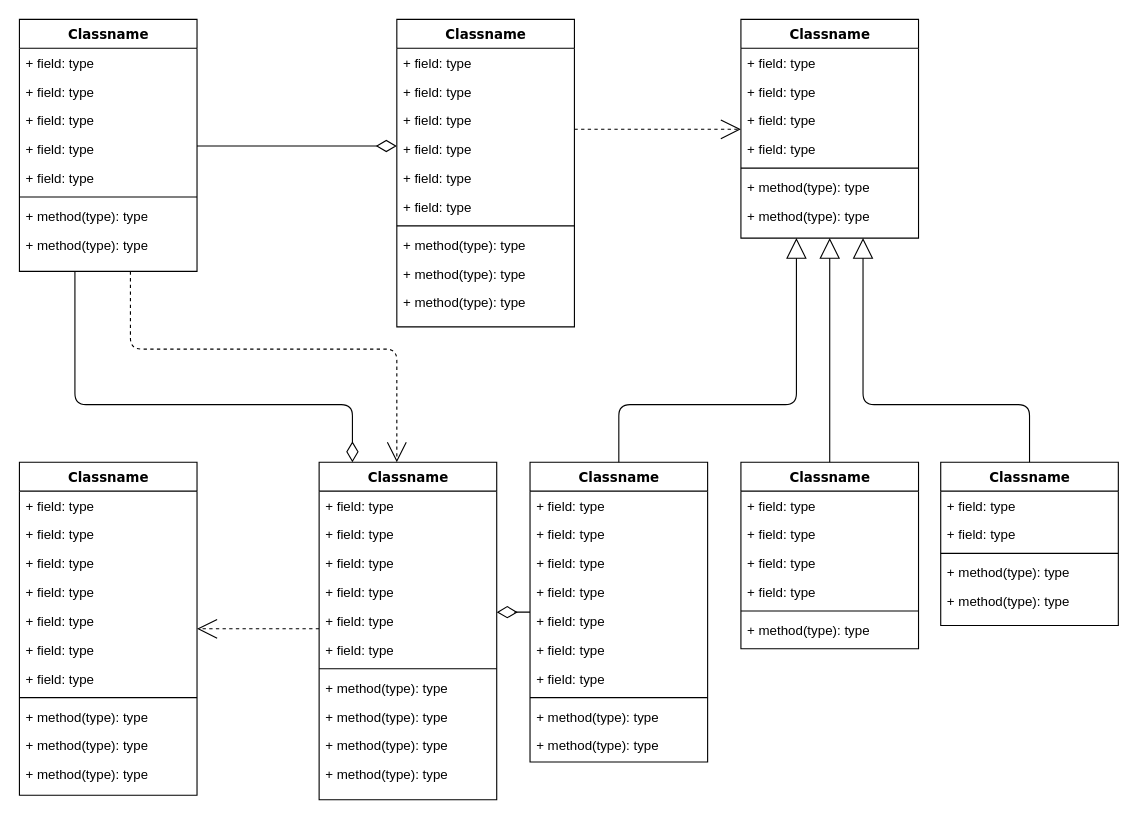
The draw.io diagram Diagram MRP-DB.drawio in KatarzynaKorbut1/ERP_Production_MRP, before the edit. Source tidied: cells renumbered, new cells numbered last; positions are measured from the earlier drawing's top-left corner, leaving out a move shared by most shapes. Both pictures are drawn from the tidied source at 111%, with x=0, y=0 at pixel (19, 19).
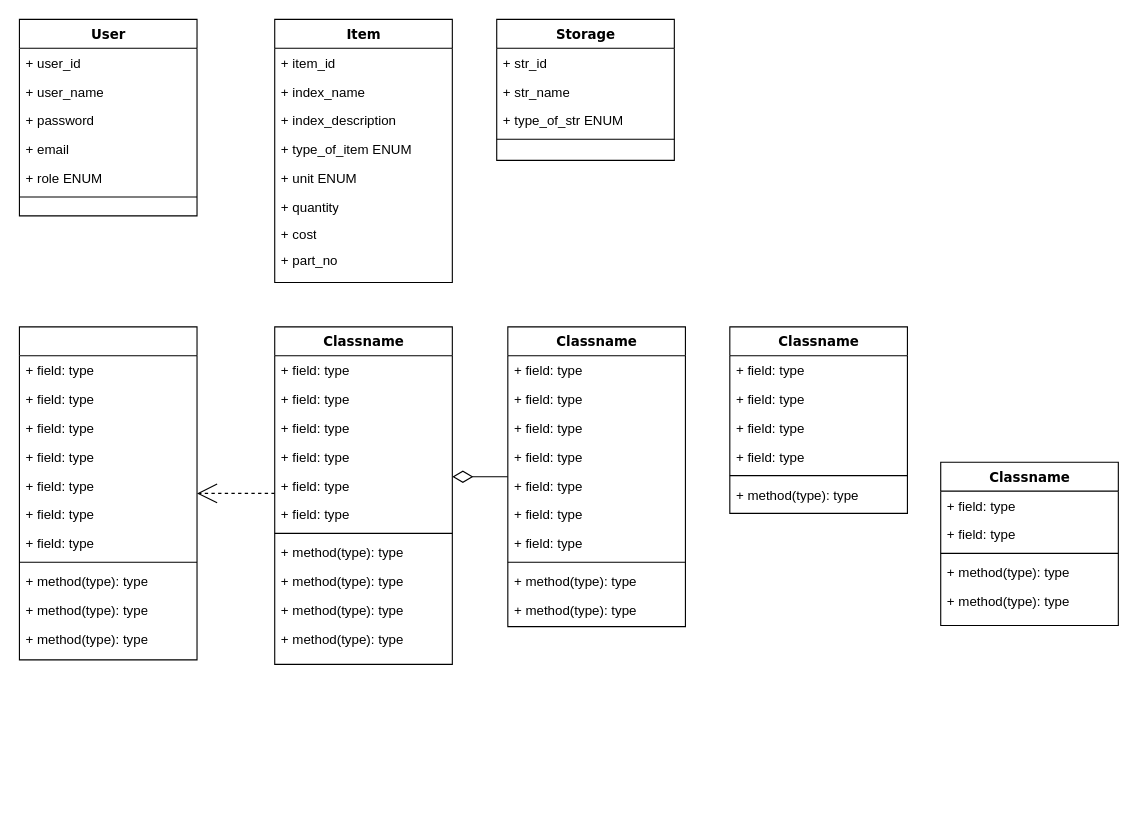
The same diagram, later.

Unchanged cells that the change refers to:
```xml
<mxCell id="80" value="Classname" style="swimlane;html=1;fontStyle=1;align=center;verticalAlign=top;horizontal=1;startSize=26;swimlaneFillColor=#ffffff;rounded=0;shadow=0;comic=0;labelBackgroundColor=none;strokeWidth=1;fillColor=none;fontFamily=Verdana;fontSize=12;" parent="1" vertex="1">
  <mxGeometry x="830" y="399" width="160" height="147" as="geometry" />
</mxCell>
```

The edit, as a diff of the source:
```diff
@@
-    <mxCell id="2" style="edgeStyle=orthogonalEdgeStyle;html=1;labelBackgroundColor=none;startFill=0;startSize=8;endArrow=open;endFill=0;endSize=16;fontFamily=Verdana;fontSize=12;dashed=1;" parent="1" edge="1" source="4" target="47">
-      <mxGeometry relative="1" as="geometry">
-        <Array as="points">
-          <mxPoint x="100" y="297" />
-          <mxPoint x="340" y="297" />
-        </Array>
-      </mxGeometry>
-    </mxCell>
-    <mxCell id="3" style="edgeStyle=orthogonalEdgeStyle;html=1;labelBackgroundColor=none;startFill=0;startSize=8;endArrow=diamondThin;endFill=0;endSize=16;fontFamily=Verdana;fontSize=12;" parent="1" edge="1" source="4" target="47">
-      <mxGeometry relative="1" as="geometry">
-        <Array as="points">
-          <mxPoint x="50" y="347" />
-          <mxPoint x="300" y="347" />
-        </Array>
-      </mxGeometry>
-    </mxCell>
-    <mxCell id="4" value="Classname" style="swimlane;html=1;fontStyle=1;align=center;verticalAlign=top;horizontal=1;startSize=26;swimlaneFillColor=#ffffff;rounded=0;shadow=0;comic=0;labelBackgroundColor=none;strokeWidth=1;fillColor=none;fontFamily=Verdana;fontSize=12;" parent="1" vertex="1">
-      <mxGeometry width="160" height="227" as="geometry" />
+    <mxCell id="4" value="User" style="swimlane;html=1;fontStyle=1;align=center;verticalAlign=top;horizontal=1;startSize=26;swimlaneFillColor=#ffffff;rounded=0;shadow=0;comic=0;labelBackgroundColor=none;strokeWidth=1;fillColor=none;fontFamily=Verdana;fontSize=12;" parent="1" vertex="1">
+      <mxGeometry width="160" height="177" as="geometry" />
     </mxCell>
-    <mxCell id="5" value="+ field: type" style="text;html=1;strokeColor=none;fillColor=none;align=left;verticalAlign=top;spacingLeft=4;spacingRight=4;whiteSpace=wrap;overflow=hidden;" parent="4" vertex="1">
+    <mxCell id="5" value="+ user_id" style="text;html=1;strokeColor=none;fillColor=none;align=left;verticalAlign=top;spacingLeft=4;spacingRight=4;whiteSpace=wrap;overflow=hidden;" parent="4" vertex="1">
       <mxGeometry y="26" width="160" height="26" as="geometry" />
     </mxCell>
-    <mxCell id="6" value="+ field: type" style="text;html=1;strokeColor=none;fillColor=none;align=left;verticalAlign=top;spacingLeft=4;spacingRight=4;whiteSpace=wrap;overflow=hidden;" parent="4" vertex="1">
+    <mxCell id="6" value="+ user_name" style="text;html=1;strokeColor=none;fillColor=none;align=left;verticalAlign=top;spacingLeft=4;spacingRight=4;whiteSpace=wrap;overflow=hidden;" parent="4" vertex="1">
       <mxGeometry y="52" width="160" height="26" as="geometry" />
     </mxCell>
-    <mxCell id="7" value="+ field: type" style="text;html=1;strokeColor=none;fillColor=none;align=left;verticalAlign=top;spacingLeft=4;spacingRight=4;whiteSpace=wrap;overflow=hidden;" parent="4" vertex="1">
+    <mxCell id="7" value="+ password" style="text;html=1;strokeColor=none;fillColor=none;align=left;verticalAlign=top;spacingLeft=4;spacingRight=4;whiteSpace=wrap;overflow=hidden;" parent="4" vertex="1">
       <mxGeometry y="78" width="160" height="26" as="geometry" />
     </mxCell>
-    <mxCell id="8" value="+ field: type" style="text;html=1;strokeColor=none;fillColor=none;align=left;verticalAlign=top;spacingLeft=4;spacingRight=4;whiteSpace=wrap;overflow=hidden;" parent="4" vertex="1">
-      <mxGeometry y="104" width="160" height="26" as="geometry" />
-    </mxCell>
-    <mxCell id="9" value="+ field: type" style="text;html=1;strokeColor=none;fillColor=none;align=left;verticalAlign=top;spacingLeft=4;spacingRight=4;whiteSpace=wrap;overflow=hidden;" parent="4" vertex="1">
-      <mxGeometry y="130" width="160" height="26" as="geometry" />
-    </mxCell>
+    <mxCell id="87" value="+ email" style="text;html=1;strokeColor=none;fillColor=none;align=left;verticalAlign=top;spacingLeft=4;spacingRight=4;whiteSpace=wrap;overflow=hidden;" parent="4" vertex="1">
+      <mxGeometry y="104" width="160" height="26" as="geometry" />
+    </mxCell>
+    <mxCell id="88" value="+ role ENUM" style="text;html=1;strokeColor=none;fillColor=none;align=left;verticalAlign=top;spacingLeft=4;spacingRight=4;whiteSpace=wrap;overflow=hidden;" parent="4" vertex="1">
+      <mxGeometry y="130" width="160" height="26" as="geometry" />
+    </mxCell>
@@
-    <mxCell id="11" value="+ method(type): type" style="text;html=1;strokeColor=none;fillColor=none;align=left;verticalAlign=top;spacingLeft=4;spacingRight=4;whiteSpace=wrap;overflow=hidden;" parent="4" vertex="1">
-      <mxGeometry y="164" width="160" height="26" as="geometry" />
-    </mxCell>
-    <mxCell id="12" value="+ method(type): type" style="text;html=1;strokeColor=none;fillColor=none;align=left;verticalAlign=top;spacingLeft=4;spacingRight=4;whiteSpace=wrap;overflow=hidden;" parent="4" vertex="1">
-      <mxGeometry y="190" width="160" height="26" as="geometry" />
-    </mxCell>
-    <mxCell id="13" style="edgeStyle=elbowEdgeStyle;html=1;labelBackgroundColor=none;startFill=0;startSize=8;endArrow=open;endFill=0;endSize=16;fontFamily=Verdana;fontSize=12;elbow=vertical;dashed=1;" parent="1" edge="1" source="14" target="25">
-      <mxGeometry relative="1" as="geometry" />
-    </mxCell>
-    <mxCell id="14" value="Classname" style="swimlane;html=1;fontStyle=1;align=center;verticalAlign=top;horizontal=1;startSize=26;swimlaneFillColor=#ffffff;rounded=0;shadow=0;comic=0;labelBackgroundColor=none;strokeWidth=1;fillColor=none;fontFamily=Verdana;fontSize=12;" parent="1" vertex="1">
-      <mxGeometry x="340" width="160" height="277" as="geometry" />
+    <mxCell id="14" value="Item" style="swimlane;html=1;fontStyle=1;align=center;verticalAlign=top;horizontal=1;startSize=26;swimlaneFillColor=#ffffff;rounded=0;shadow=0;comic=0;labelBackgroundColor=none;strokeWidth=1;fillColor=none;fontFamily=Verdana;fontSize=12;" parent="1" vertex="1">
+      <mxGeometry x="230" width="160" height="237" as="geometry" />
     </mxCell>
-    <mxCell id="15" value="+ field: type" style="text;html=1;strokeColor=none;fillColor=none;align=left;verticalAlign=top;spacingLeft=4;spacingRight=4;whiteSpace=wrap;overflow=hidden;" parent="14" vertex="1">
+    <mxCell id="15" value="+ item_id" style="text;html=1;strokeColor=none;fillColor=none;align=left;verticalAlign=top;spacingLeft=4;spacingRight=4;whiteSpace=wrap;overflow=hidden;" parent="14" vertex="1">
       <mxGeometry y="26" width="160" height="26" as="geometry" />
     </mxCell>
-    <mxCell id="16" value="+ field: type" style="text;html=1;strokeColor=none;fillColor=none;align=left;verticalAlign=top;spacingLeft=4;spacingRight=4;whiteSpace=wrap;overflow=hidden;" parent="14" vertex="1">
+    <mxCell id="16" value="+ index_name" style="text;html=1;strokeColor=none;fillColor=none;align=left;verticalAlign=top;spacingLeft=4;spacingRight=4;whiteSpace=wrap;overflow=hidden;" parent="14" vertex="1">
       <mxGeometry y="52" width="160" height="26" as="geometry" />
     </mxCell>
-    <mxCell id="17" value="+ field: type" style="text;html=1;strokeColor=none;fillColor=none;align=left;verticalAlign=top;spacingLeft=4;spacingRight=4;whiteSpace=wrap;overflow=hidden;" parent="14" vertex="1">
+    <mxCell id="17" value="+ index_description" style="text;html=1;strokeColor=none;fillColor=none;align=left;verticalAlign=top;spacingLeft=4;spacingRight=4;whiteSpace=wrap;overflow=hidden;" parent="14" vertex="1">
       <mxGeometry y="78" width="160" height="26" as="geometry" />
     </mxCell>
-    <mxCell id="18" value="+ field: type" style="text;html=1;strokeColor=none;fillColor=none;align=left;verticalAlign=top;spacingLeft=4;spacingRight=4;whiteSpace=wrap;overflow=hidden;" parent="14" vertex="1">
+    <mxCell id="18" value="+ type_of_item ENUM" style="text;html=1;strokeColor=none;fillColor=none;align=left;verticalAlign=top;spacingLeft=4;spacingRight=4;whiteSpace=wrap;overflow=hidden;" parent="14" vertex="1">
       <mxGeometry y="104" width="160" height="26" as="geometry" />
     </mxCell>
-    <mxCell id="19" value="+ field: type" style="text;html=1;strokeColor=none;fillColor=none;align=left;verticalAlign=top;spacingLeft=4;spacingRight=4;whiteSpace=wrap;overflow=hidden;" parent="14" vertex="1">
+    <mxCell id="19" value="+ unit ENUM" style="text;html=1;strokeColor=none;fillColor=none;align=left;verticalAlign=top;spacingLeft=4;spacingRight=4;whiteSpace=wrap;overflow=hidden;" parent="14" vertex="1">
       <mxGeometry y="130" width="160" height="26" as="geometry" />
     </mxCell>
-    <mxCell id="20" value="+ field: type" style="text;html=1;strokeColor=none;fillColor=none;align=left;verticalAlign=top;spacingLeft=4;spacingRight=4;whiteSpace=wrap;overflow=hidden;" parent="14" vertex="1">
-      <mxGeometry y="156" width="160" height="26" as="geometry" />
+    <mxCell id="20" value="+ quantity" style="text;html=1;strokeColor=none;fillColor=none;align=left;verticalAlign=top;spacingLeft=4;spacingRight=4;whiteSpace=wrap;overflow=hidden;" parent="14" vertex="1">
+      <mxGeometry y="156" width="160" height="24" as="geometry" />
     </mxCell>
-    <mxCell id="21" style="line;html=1;strokeWidth=1;fillColor=none;align=left;verticalAlign=middle;spacingTop=-1;spacingLeft=3;spacingRight=3;labelPosition=right;" parent="14" vertex="1">
-      <mxGeometry y="182" width="160" height="8" as="geometry" />
-    </mxCell>
-    <mxCell id="22" value="+ method(type): type" style="text;html=1;strokeColor=none;fillColor=none;align=left;verticalAlign=top;spacingLeft=4;spacingRight=4;whiteSpace=wrap;overflow=hidden;" parent="14" vertex="1">
-      <mxGeometry y="190" width="160" height="26" as="geometry" />
+    <mxCell id="22" value="+ cost" style="text;html=1;strokeColor=none;fillColor=none;align=left;verticalAlign=top;spacingLeft=4;spacingRight=4;whiteSpace=wrap;overflow=hidden;" parent="14" vertex="1">
+      <mxGeometry y="180" width="160" height="24" as="geometry" />
     </mxCell>
-    <mxCell id="23" value="+ method(type): type" style="text;html=1;strokeColor=none;fillColor=none;align=left;verticalAlign=top;spacingLeft=4;spacingRight=4;whiteSpace=wrap;overflow=hidden;" parent="14" vertex="1">
-      <mxGeometry y="216" width="160" height="26" as="geometry" />
+    <mxCell id="23" value="+ part_no" style="text;html=1;strokeColor=none;fillColor=none;align=left;verticalAlign=top;spacingLeft=4;spacingRight=4;whiteSpace=wrap;overflow=hidden;" parent="14" vertex="1">
+      <mxGeometry y="204" width="160" height="26" as="geometry" />
     </mxCell>
-    <mxCell id="24" value="+ method(type): type" style="text;html=1;strokeColor=none;fillColor=none;align=left;verticalAlign=top;spacingLeft=4;spacingRight=4;whiteSpace=wrap;overflow=hidden;" parent="14" vertex="1">
-      <mxGeometry y="242" width="160" height="26" as="geometry" />
-    </mxCell>
-    <mxCell id="25" value="Classname" style="swimlane;html=1;fontStyle=1;align=center;verticalAlign=top;horizontal=1;startSize=26;swimlaneFillColor=#ffffff;rounded=0;shadow=0;comic=0;labelBackgroundColor=none;strokeWidth=1;fillColor=none;fontFamily=Verdana;fontSize=12;" parent="1" vertex="1">
-      <mxGeometry x="650" width="160" height="197" as="geometry" />
+    <mxCell id="25" value="Storage" style="swimlane;html=1;fontStyle=1;align=center;verticalAlign=top;horizontal=1;startSize=26;swimlaneFillColor=#ffffff;rounded=0;shadow=0;comic=0;labelBackgroundColor=none;strokeWidth=1;fillColor=none;fontFamily=Verdana;fontSize=12;" parent="1" vertex="1">
+      <mxGeometry x="430" width="160" height="127" as="geometry" />
     </mxCell>
-    <mxCell id="26" value="+ field: type" style="text;html=1;strokeColor=none;fillColor=none;align=left;verticalAlign=top;spacingLeft=4;spacingRight=4;whiteSpace=wrap;overflow=hidden;" parent="25" vertex="1">
+    <mxCell id="26" value="+ str_id" style="text;html=1;strokeColor=none;fillColor=none;align=left;verticalAlign=top;spacingLeft=4;spacingRight=4;whiteSpace=wrap;overflow=hidden;" parent="25" vertex="1">
       <mxGeometry y="26" width="160" height="26" as="geometry" />
     </mxCell>
-    <mxCell id="27" value="+ field: type" style="text;html=1;strokeColor=none;fillColor=none;align=left;verticalAlign=top;spacingLeft=4;spacingRight=4;whiteSpace=wrap;overflow=hidden;" parent="25" vertex="1">
+    <mxCell id="27" value="+ str_name" style="text;html=1;strokeColor=none;fillColor=none;align=left;verticalAlign=top;spacingLeft=4;spacingRight=4;whiteSpace=wrap;overflow=hidden;" parent="25" vertex="1">
       <mxGeometry y="52" width="160" height="26" as="geometry" />
     </mxCell>
-    <mxCell id="28" value="+ field: type" style="text;html=1;strokeColor=none;fillColor=none;align=left;verticalAlign=top;spacingLeft=4;spacingRight=4;whiteSpace=wrap;overflow=hidden;" parent="25" vertex="1">
+    <mxCell id="28" value="+ type_of_str ENUM" style="text;html=1;strokeColor=none;fillColor=none;align=left;verticalAlign=top;spacingLeft=4;spacingRight=4;whiteSpace=wrap;overflow=hidden;" parent="25" vertex="1">
       <mxGeometry y="78" width="160" height="26" as="geometry" />
     </mxCell>
-    <mxCell id="29" value="+ field: type" style="text;html=1;strokeColor=none;fillColor=none;align=left;verticalAlign=top;spacingLeft=4;spacingRight=4;whiteSpace=wrap;overflow=hidden;" parent="25" vertex="1">
-      <mxGeometry y="104" width="160" height="26" as="geometry" />
-    </mxCell>
     <mxCell id="30" style="line;html=1;strokeWidth=1;fillColor=none;align=left;verticalAlign=middle;spacingTop=-1;spacingLeft=3;spacingRight=3;labelPosition=right;" parent="25" vertex="1">
-      <mxGeometry y="130" width="160" height="8" as="geometry" />
+      <mxGeometry y="104" width="160" height="8" as="geometry" />
     </mxCell>
-    <mxCell id="31" value="+ method(type): type" style="text;html=1;strokeColor=none;fillColor=none;align=left;verticalAlign=top;spacingLeft=4;spacingRight=4;whiteSpace=wrap;overflow=hidden;" parent="25" vertex="1">
-      <mxGeometry y="138" width="160" height="26" as="geometry" />
-    </mxCell>
-    <mxCell id="32" value="+ method(type): type" style="text;html=1;strokeColor=none;fillColor=none;align=left;verticalAlign=top;spacingLeft=4;spacingRight=4;whiteSpace=wrap;overflow=hidden;" parent="25" vertex="1">
-      <mxGeometry y="164" width="160" height="26" as="geometry" />
-    </mxCell>
@@
-    <mxCell id="34" value="Classname" style="swimlane;html=1;fontStyle=1;align=center;verticalAlign=top;horizontal=1;startSize=26;swimlaneFillColor=#ffffff;rounded=0;shadow=0;comic=0;labelBackgroundColor=none;strokeWidth=1;fillColor=none;fontFamily=Verdana;fontSize=12;" parent="1" vertex="1">
-      <mxGeometry y="399" width="160" height="300" as="geometry" />
+    <mxCell id="34" style="swimlane;html=1;fontStyle=1;align=center;verticalAlign=top;horizontal=1;startSize=26;swimlaneFillColor=#ffffff;rounded=0;shadow=0;comic=0;labelBackgroundColor=none;strokeWidth=1;fillColor=none;fontFamily=Verdana;fontSize=12;" parent="1" vertex="1">
+      <mxGeometry y="277" width="160" height="300" as="geometry" />
     </mxCell>
@@
     <mxCell id="47" value="Classname" style="swimlane;html=1;fontStyle=1;align=center;verticalAlign=top;horizontal=1;startSize=26;swimlaneFillColor=#ffffff;rounded=0;shadow=0;comic=0;labelBackgroundColor=none;strokeWidth=1;fillColor=none;fontFamily=Verdana;fontSize=12;" parent="1" vertex="1">
-      <mxGeometry x="270" y="399" width="160" height="304" as="geometry" />
+      <mxGeometry x="230" y="277" width="160" height="304" as="geometry" />
     </mxCell>
@@
-    <mxCell id="59" style="edgeStyle=orthogonalEdgeStyle;html=1;labelBackgroundColor=none;startFill=0;startSize=8;endArrow=block;endFill=0;endSize=16;fontFamily=Verdana;fontSize=12;" parent="1" edge="1" source="60" target="25">
-      <mxGeometry relative="1" as="geometry">
-        <Array as="points">
-          <mxPoint x="540" y="347" />
-          <mxPoint x="700" y="347" />
-        </Array>
-      </mxGeometry>
-    </mxCell>
     <mxCell id="60" value="Classname" style="swimlane;html=1;fontStyle=1;align=center;verticalAlign=top;horizontal=1;startSize=26;swimlaneFillColor=#ffffff;rounded=0;shadow=0;comic=0;labelBackgroundColor=none;strokeWidth=1;fillColor=none;fontFamily=Verdana;fontSize=12;" parent="1" vertex="1">
-      <mxGeometry x="460" y="399" width="160" height="270" as="geometry" />
+      <mxGeometry x="440" y="277" width="160" height="270" as="geometry" />
     </mxCell>
@@
-    <mxCell id="71" style="edgeStyle=orthogonalEdgeStyle;html=1;labelBackgroundColor=none;startFill=0;startSize=8;endArrow=block;endFill=0;endSize=16;fontFamily=Verdana;fontSize=12;" parent="1" edge="1" source="72" target="25">
-      <mxGeometry relative="1" as="geometry" />
-    </mxCell>
     <mxCell id="72" value="Classname" style="swimlane;html=1;fontStyle=1;align=center;verticalAlign=top;horizontal=1;startSize=26;swimlaneFillColor=#ffffff;rounded=0;shadow=0;comic=0;labelBackgroundColor=none;strokeWidth=1;fillColor=none;fontFamily=Verdana;fontSize=12;" parent="1" vertex="1">
-      <mxGeometry x="650" y="399" width="160" height="168" as="geometry" />
+      <mxGeometry x="640" y="277" width="160" height="168" as="geometry" />
     </mxCell>
@@
-    <mxCell id="79" style="edgeStyle=orthogonalEdgeStyle;html=1;labelBackgroundColor=none;startFill=0;startSize=8;endArrow=block;endFill=0;endSize=16;fontFamily=Verdana;fontSize=12;" parent="1" edge="1" source="80" target="25">
-      <mxGeometry relative="1" as="geometry">
-        <Array as="points">
-          <mxPoint x="910" y="347" />
-          <mxPoint x="760" y="347" />
-        </Array>
-      </mxGeometry>
-    </mxCell>
@@
-    <mxCell id="86" style="edgeStyle=elbowEdgeStyle;html=1;labelBackgroundColor=none;startFill=0;startSize=8;endArrow=diamondThin;endFill=0;endSize=16;fontFamily=Verdana;fontSize=12;elbow=vertical;" parent="1" edge="1" source="4" target="14">
-      <mxGeometry relative="1" as="geometry" />
-    </mxCell>
```
